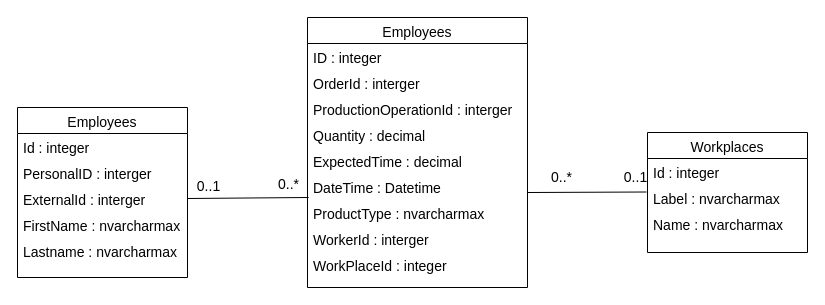
michael-sevcik/SaaS-Platform-for-BI-Tool keeps this draw.io diagram as Architecture/Diagrams/ExampleDbModel.drawio. Above is the earlier version. Source tidied: cells renumbered, new cells numbered last; positions are measured from the earlier drawing's top-left corner, leaving out a move shared by most shapes. Both pictures are drawn from the tidied source at 100%, with x=0, y=0 at pixel (17, 17).
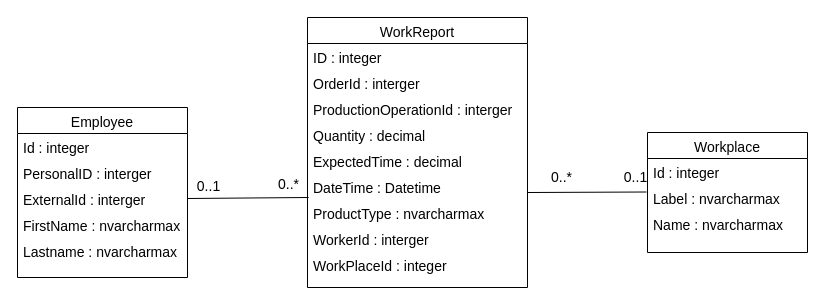
The same page after the edit.

What changed in the source:
```diff
@@
-    <mxCell id="2" value="Employees" style="swimlane;fontStyle=0;align=center;verticalAlign=top;horizontal=1;startSize=26;rounded=0;shadow=0;strokeWidth=1;fontSize=14;" parent="1" vertex="1">
+    <mxCell id="2" value="Employee" style="swimlane;fontStyle=0;align=center;verticalAlign=top;horizontal=1;startSize=26;rounded=0;shadow=0;strokeWidth=1;fontSize=14;" parent="1" vertex="1">
       <mxGeometry y="90" width="170" height="170" as="geometry" />
     </mxCell>
@@
-    <mxCell id="8" value="Workplaces" style="swimlane;fontStyle=0;align=center;verticalAlign=top;horizontal=1;startSize=26;rounded=0;shadow=0;strokeWidth=1;fontSize=14;" parent="1" vertex="1">
+    <mxCell id="8" value="Workplace" style="swimlane;fontStyle=0;align=center;verticalAlign=top;horizontal=1;startSize=26;rounded=0;shadow=0;strokeWidth=1;fontSize=14;" parent="1" vertex="1">
       <mxGeometry x="630" y="115" width="160" height="120" as="geometry" />
     </mxCell>
@@
-    <mxCell id="12" value="Employees" style="swimlane;fontStyle=0;align=center;verticalAlign=top;horizontal=1;startSize=26;rounded=0;shadow=0;strokeWidth=1;fontSize=14;" parent="1" vertex="1">
+    <mxCell id="12" value="WorkReport" style="swimlane;fontStyle=0;align=center;verticalAlign=top;horizontal=1;startSize=26;rounded=0;shadow=0;strokeWidth=1;fontSize=14;" parent="1" vertex="1">
       <mxGeometry x="290" width="220" height="270" as="geometry" />
     </mxCell>
```
